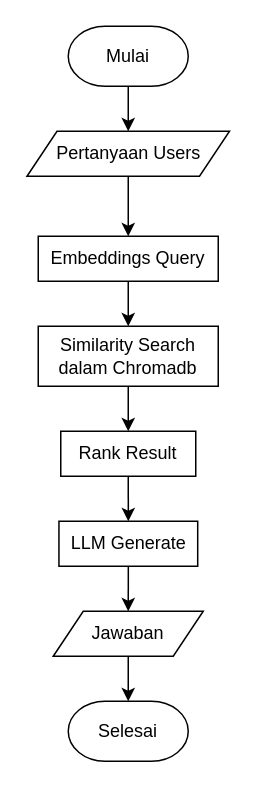
Above: page "Page-2" (2 of 4) of Untitled Diagram.drawio in intannurainii/code-message-dialog (draw.io), before the change. Source tidied: cells renumbered, new cells numbered last; positions are measured from the earlier drawing's top-left corner, leaving out a move shared by most shapes. Both pictures are drawn from the tidied source at 150%, with x=0, y=0 at pixel (26, 26).
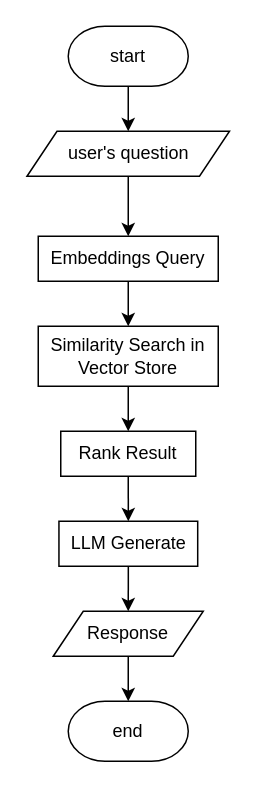
The same diagram, later.

Change to the diagram source:
```diff
@@
 <mxGraphModel>
   <root>
     <mxCell id="0" />
     <mxCell id="1" parent="0" />
-    <mxCell id="2" value="Mulai" style="strokeWidth=1;html=1;shape=mxgraph.flowchart.terminator;whiteSpace=wrap;" parent="1" vertex="1">
+    <mxCell id="2" value="start" style="strokeWidth=1;html=1;shape=mxgraph.flowchart.terminator;whiteSpace=wrap;" parent="1" vertex="1">
       <mxGeometry x="28" width="80" height="40" as="geometry" />
     </mxCell>
-    <mxCell id="3" value="Pertanyaan Users" style="shape=parallelogram;perimeter=parallelogramPerimeter;whiteSpace=wrap;html=1;fixedSize=1;" parent="1" vertex="1">
+    <mxCell id="3" value="user's question" style="shape=parallelogram;perimeter=parallelogramPerimeter;whiteSpace=wrap;html=1;fixedSize=1;" parent="1" vertex="1">
       <mxGeometry x="0.5" y="70" width="135" height="30" as="geometry" />
     </mxCell>
     <mxCell id="4" value="Embeddings Query" style="rounded=0;whiteSpace=wrap;html=1;" parent="1" vertex="1">
       <mxGeometry x="8" y="140" width="120" height="30" as="geometry" />
     </mxCell>
-    <mxCell id="5" value="Similarity Search dalam Chromadb" style="rounded=0;whiteSpace=wrap;html=1;" parent="1" vertex="1">
+    <mxCell id="5" value="Similarity Search in Vector Store" style="rounded=0;whiteSpace=wrap;html=1;" parent="1" vertex="1">
       <mxGeometry x="8" y="200" width="120" height="40" as="geometry" />
     </mxCell>
     <mxCell id="6" value="Rank Result" style="rounded=0;whiteSpace=wrap;html=1;" parent="1" vertex="1">
       <mxGeometry x="23" y="270" width="90" height="30" as="geometry" />
     </mxCell>
     <mxCell id="7" value="LLM Generate" style="rounded=0;whiteSpace=wrap;html=1;" parent="1" vertex="1">
       <mxGeometry x="21.8" y="330" width="92.5" height="30" as="geometry" />
     </mxCell>
-    <mxCell id="8" value="Jawaban" style="shape=parallelogram;perimeter=parallelogramPerimeter;whiteSpace=wrap;html=1;fixedSize=1;" parent="1" vertex="1">
+    <mxCell id="8" value="Response" style="shape=parallelogram;perimeter=parallelogramPerimeter;whiteSpace=wrap;html=1;fixedSize=1;" parent="1" vertex="1">
       <mxGeometry x="18" y="390" width="100" height="30" as="geometry" />
     </mxCell>
-    <mxCell id="9" value="Selesai" style="strokeWidth=1;html=1;shape=mxgraph.flowchart.terminator;whiteSpace=wrap;" parent="1" vertex="1">
+    <mxCell id="9" value="end" style="strokeWidth=1;html=1;shape=mxgraph.flowchart.terminator;whiteSpace=wrap;" parent="1" vertex="1">
       <mxGeometry x="28" y="450" width="80" height="40" as="geometry" />
     </mxCell>
     <mxCell id="10" style="endArrow=classic;html=1;rounded=0;exitX=0.5;exitY=1;exitDx=0;exitDy=0;exitPerimeter=0;entryX=0.5;entryY=0;entryDx=0;entryDy=0;" parent="1" edge="1" source="2" target="3">
       <mxGeometry relative="1" as="geometry" />
     </mxCell>
     <mxCell id="11" style="endArrow=classic;html=1;rounded=0;exitX=0.5;exitY=1;exitDx=0;exitDy=0;entryX=0.5;entryY=0;entryDx=0;entryDy=0;" parent="1" edge="1" source="3" target="4">
       <mxGeometry relative="1" as="geometry" />
     </mxCell>
     <mxCell id="12" style="endArrow=classic;html=1;rounded=0;exitX=0.5;exitY=1;exitDx=0;exitDy=0;entryX=0.5;entryY=0;entryDx=0;entryDy=0;" parent="1" edge="1" source="4" target="5">
       <mxGeometry relative="1" as="geometry" />
     </mxCell>
     <mxCell id="13" style="endArrow=classic;html=1;rounded=0;exitX=0.5;exitY=1;exitDx=0;exitDy=0;entryX=0.5;entryY=0;entryDx=0;entryDy=0;" parent="1" edge="1" source="5" target="6">
       <mxGeometry relative="1" as="geometry" />
     </mxCell>
     <mxCell id="14" style="endArrow=classic;html=1;rounded=0;exitX=0.5;exitY=1;exitDx=0;exitDy=0;entryX=0.5;entryY=0;entryDx=0;entryDy=0;" parent="1" edge="1" source="6" target="7">
       <mxGeometry relative="1" as="geometry" />
     </mxCell>
     <mxCell id="15" style="endArrow=classic;html=1;rounded=0;exitX=0.5;exitY=1;exitDx=0;exitDy=0;entryX=0.5;entryY=0;entryDx=0;entryDy=0;" parent="1" edge="1" source="7" target="8">
       <mxGeometry relative="1" as="geometry" />
     </mxCell>
     <mxCell id="16" style="endArrow=classic;html=1;rounded=0;exitX=0.5;exitY=1;exitDx=0;exitDy=0;entryX=0.5;entryY=0;entryDx=0;entryDy=0;entryPerimeter=0;" parent="1" edge="1" source="8" target="9">
       <mxGeometry relative="1" as="geometry" />
     </mxCell>
   </root>
 </mxGraphModel>
```
